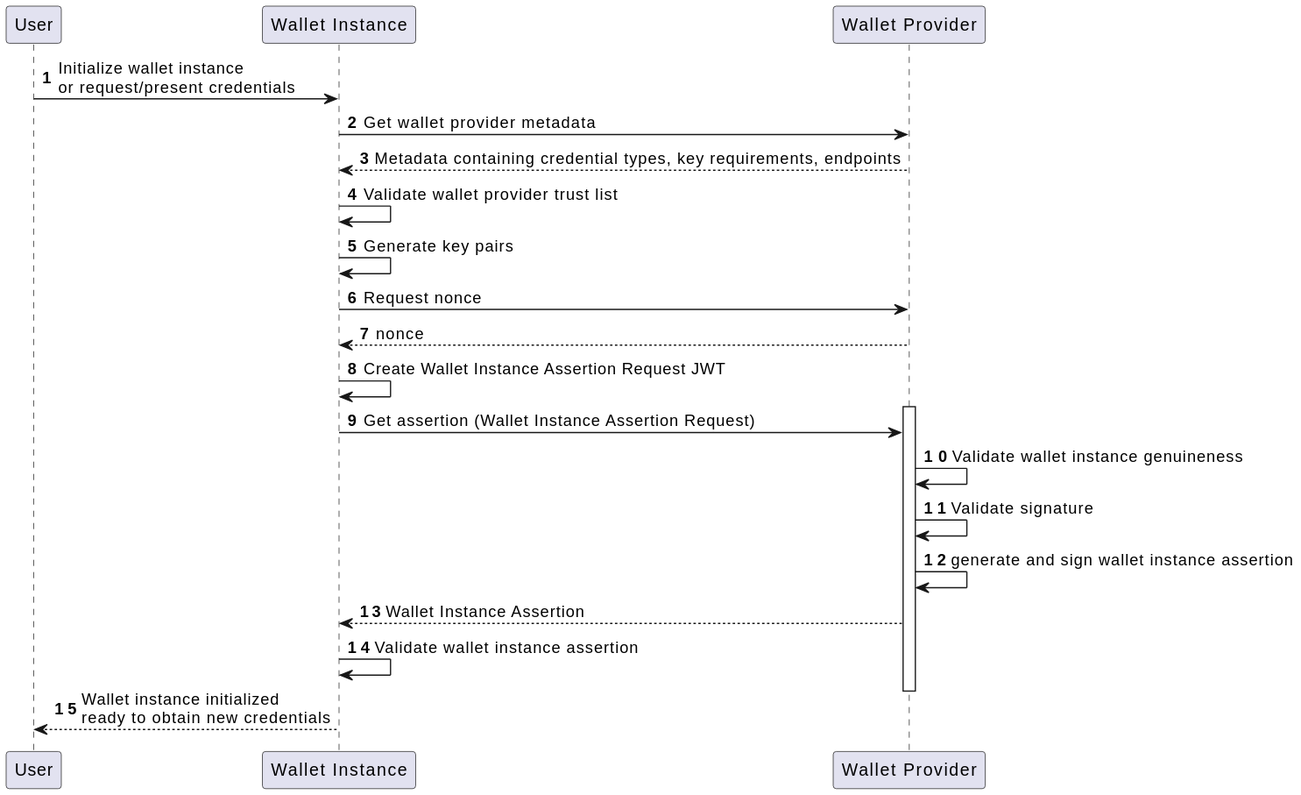
Above: images/dynamic_view_sequence_wallet_instance_attestation.svg in italia/eudi-wallet-it-docs (PlantUML), before the change.
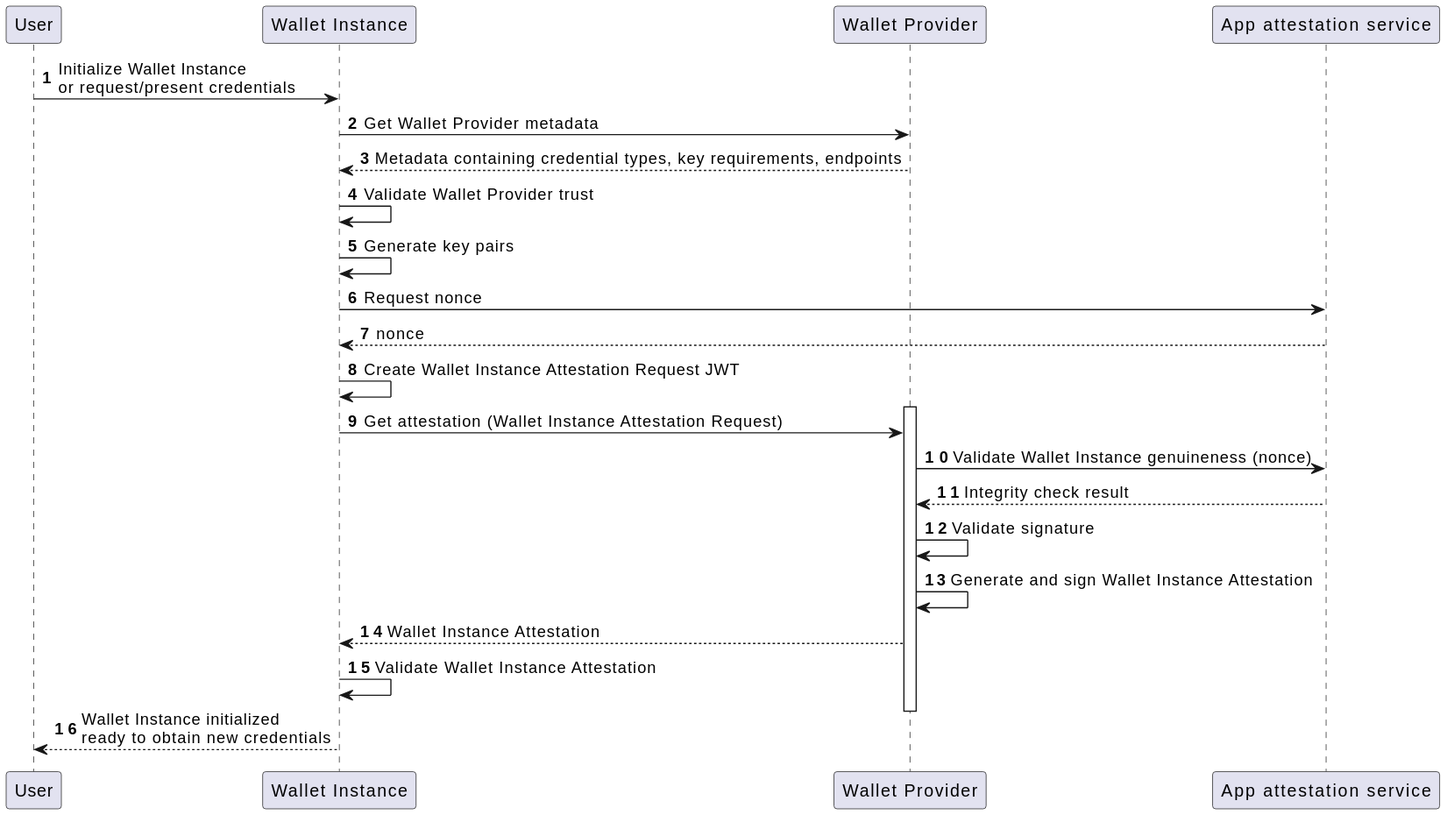
The same file after the commit.

Commit message:
feat: Add App Attestation Service (#121)

* Add attestation service

* Fix editorials

* Fix table

* Add defined term

* Fix sequence

* Update docs/en/wallet-instance-attestation.rst


* Update docs/en/defined-terms.rst


* Apply suggestions from code review

---------

Change to the diagram source:
```diff
@@ -5,23 +5,25 @@
 participant "User" as u
 participant "Wallet Instance" as wi
 participant "Wallet Provider" as wb
+participant "App attestation service" as att
 
-u -> wi: Initialize wallet instance\nor request/present credentials
-wi->wb: Get wallet provider metadata
+u -> wi: Initialize Wallet Instance\nor request/present credentials
+wi->wb: Get Wallet Provider metadata
 wb-->wi: Metadata containing credential types, key requirements, endpoints
-wi->wi: Validate wallet provider trust list
+wi->wi: Validate Wallet Provider trust
 wi -> wi: Generate key pairs
-wi -> wb: Request nonce
-wb --> wi: nonce
+wi -> att: Request nonce
+att --> wi: nonce
 
-wi->wi: Create Wallet Instance Assertion Request JWT
+wi->wi: Create Wallet Instance Attestation Request JWT
 activate wb
-wi->wb: Get assertion (Wallet Instance Assertion Request)
-wb->wb: Validate wallet instance genuineness
+wi->wb: Get attestation (Wallet Instance Attestation Request)
+wb->att: Validate Wallet Instance genuineness (nonce)
+att-->wb: Integrity check result
 wb->wb: Validate signature
-wb->wb: generate and sign wallet instance assertion
-wb-->wi: Wallet Instance Assertion
-wi->wi: Validate wallet instance assertion
+wb->wb: Generate and sign Wallet Instance Attestation
+wb-->wi: Wallet Instance Attestation
+wi->wi: Validate Wallet Instance Attestation
 deactivate wb
-wi-->u: Wallet instance initialized\nready to obtain new credentials
+wi-->u: Wallet Instance initialized\nready to obtain new credentials
 @enduml
```
